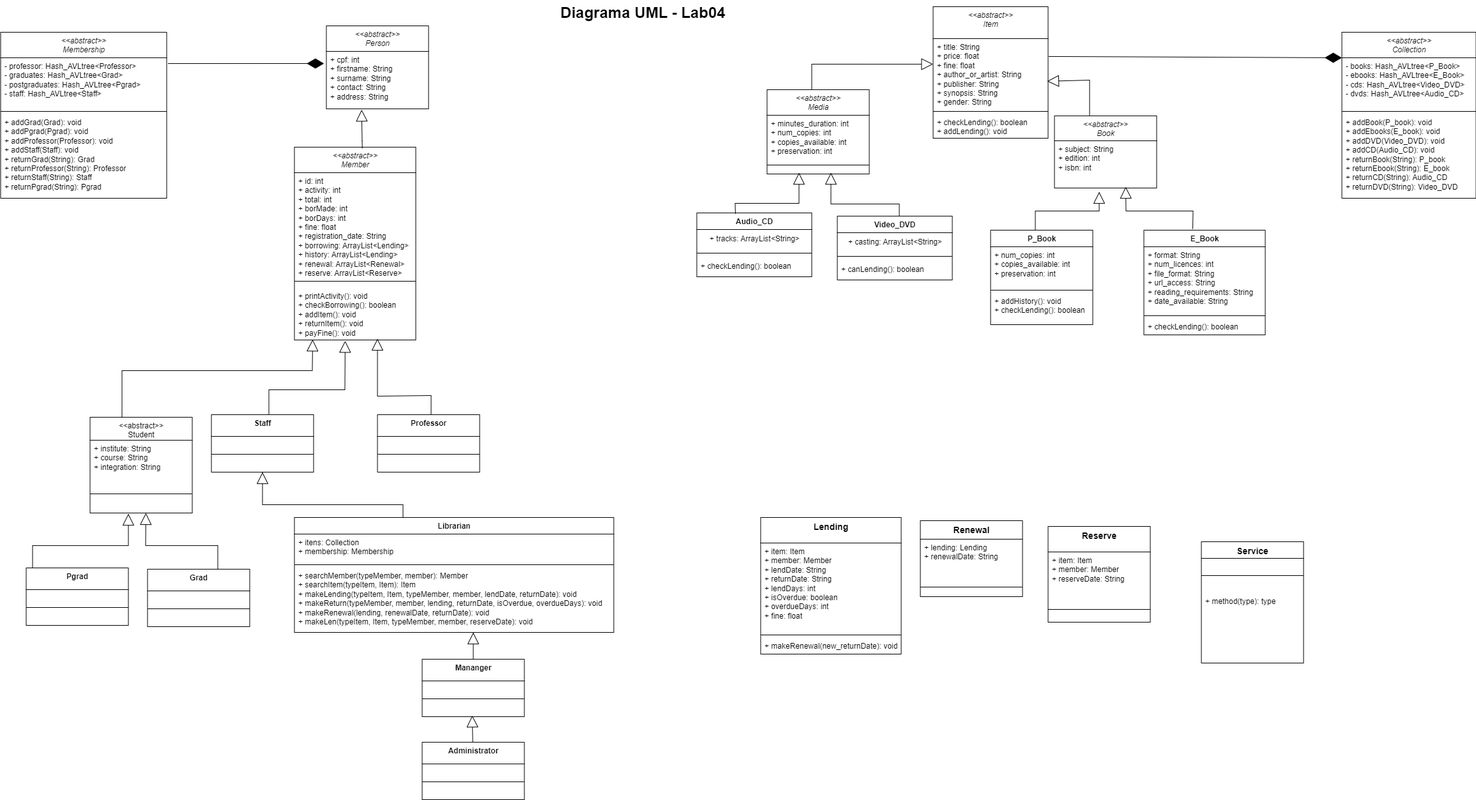
Before: files/lab04.drawio (1).png, a diagram exported from draw.io (robert22alves/MC322). Source tidied: cells renumbered, new cells last; positions are measured from the earlier drawing's top-left corner, leaving out a move shared by most shapes.
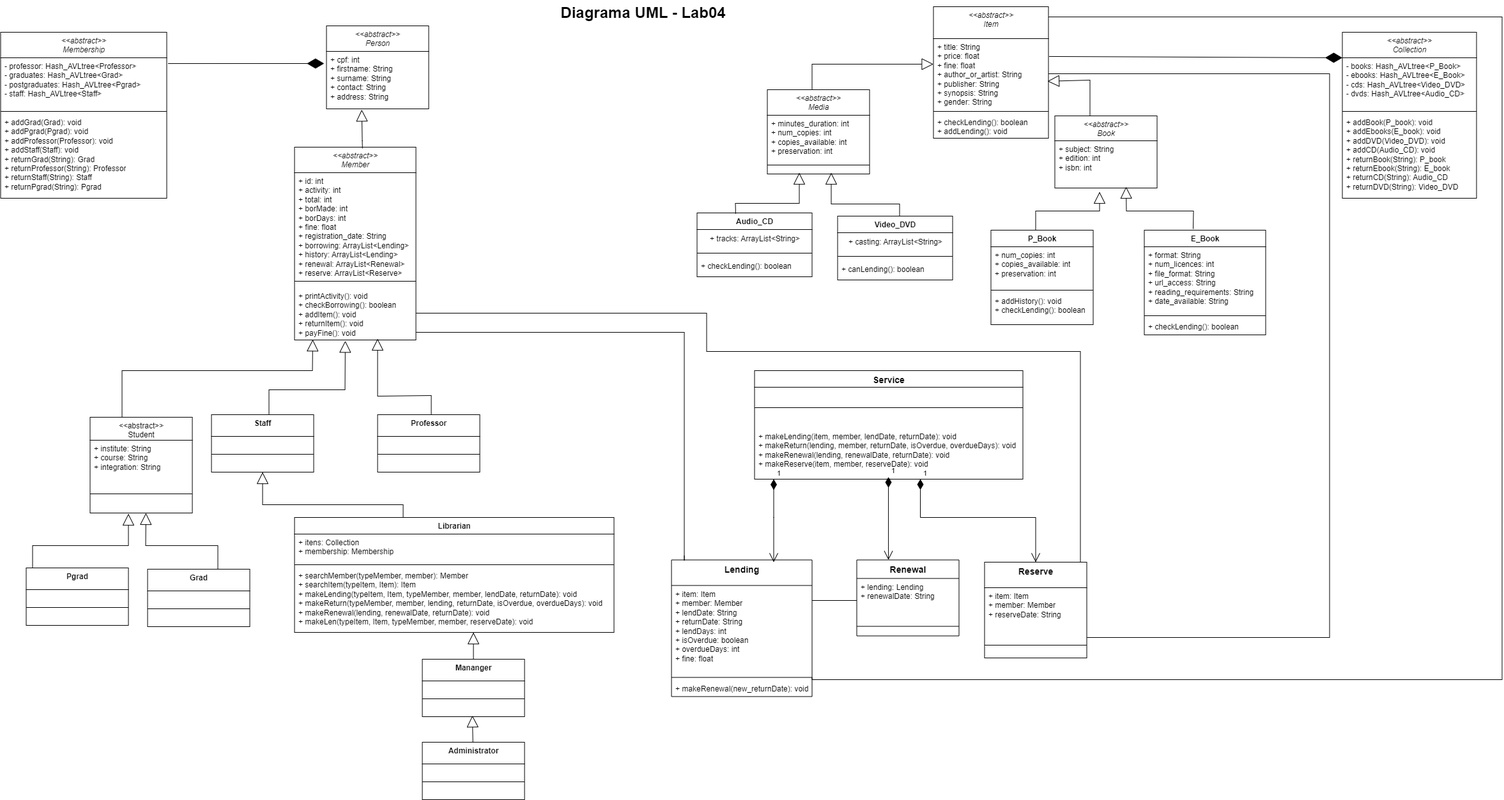
Later version of the same file.

What changed in the source:
```diff
@@ -319,7 +319,7 @@
       <mxGeometry y="98" width="160" height="50" as="geometry" />
     </mxCell>
     <mxCell id="78" value="&lt;font style=&quot;font-size: 14px;&quot;&gt;Lending&lt;/font&gt;" style="swimlane;fontStyle=1;align=center;verticalAlign=top;horizontal=1;startSize=40;whiteSpace=wrap;html=1;" parent="1" vertex="1">
-      <mxGeometry x="1190" y="810" width="220" height="214" as="geometry" />
+      <mxGeometry x="1050" y="876.5" width="220" height="214" as="geometry" />
     </mxCell>
     <mxCell id="79" value="+ item: Item&lt;br&gt;+ member: Member&lt;br&gt;+ lendDate: String&lt;br style=&quot;border-color: var(--border-color);&quot;&gt;+ returnDate: String&lt;br style=&quot;border-color: var(--border-color);&quot;&gt;+ lendDays: int&lt;br style=&quot;border-color: var(--border-color);&quot;&gt;+ isOverdue: boolean&lt;br style=&quot;border-color: var(--border-color);&quot;&gt;+ overdueDays: int&lt;br style=&quot;border-color: var(--border-color);&quot;&gt;+ fine: float" style="text;strokeColor=none;fillColor=none;align=left;verticalAlign=top;spacingLeft=4;spacingRight=4;overflow=hidden;whiteSpace=wrap;html=1;" parent="78" vertex="1">
       <mxGeometry y="40" width="220" height="140" as="geometry" />
@@ -331,7 +331,7 @@
       <mxGeometry y="188" width="220" height="26" as="geometry" />
     </mxCell>
     <mxCell id="82" value="&lt;font style=&quot;font-size: 14px;&quot;&gt;Reserve&lt;/font&gt;" style="swimlane;fontStyle=1;align=center;verticalAlign=top;horizontal=1;startSize=40;whiteSpace=wrap;html=1;" parent="1" vertex="1">
-      <mxGeometry x="1640" y="824" width="160" height="150" as="geometry" />
+      <mxGeometry x="1540" y="880" width="160" height="150" as="geometry" />
     </mxCell>
     <mxCell id="83" value="+ item: Item&lt;br&gt;+ member: Member&lt;br&gt;+ reserveDate: String" style="text;strokeColor=none;fillColor=none;align=left;verticalAlign=top;spacingLeft=4;spacingRight=4;overflow=hidden;whiteSpace=wrap;html=1;" parent="82" vertex="1">
       <mxGeometry y="40" width="160" height="70" as="geometry" />
@@ -340,7 +340,7 @@
       <mxGeometry y="110" width="160" height="40" as="geometry" />
     </mxCell>
     <mxCell id="85" value="&lt;font style=&quot;font-size: 14px;&quot;&gt;Renewal&lt;/font&gt;" style="swimlane;fontStyle=1;align=center;verticalAlign=top;horizontal=1;startSize=29;whiteSpace=wrap;html=1;" parent="1" vertex="1">
-      <mxGeometry x="1440" y="815" width="160" height="119" as="geometry" />
+      <mxGeometry x="1340" y="876.5" width="160" height="119" as="geometry" />
     </mxCell>
     <mxCell id="86" value="+ lending: Lending&lt;br&gt;+ renewalDate: String" style="text;strokeColor=none;fillColor=none;align=left;verticalAlign=top;spacingLeft=4;spacingRight=4;overflow=hidden;whiteSpace=wrap;html=1;" parent="85" vertex="1">
       <mxGeometry y="29" width="160" height="60" as="geometry" />
@@ -349,13 +349,94 @@
       <mxGeometry y="89" width="160" height="30" as="geometry" />
     </mxCell>
     <mxCell id="88" value="&lt;font style=&quot;font-size: 14px;&quot;&gt;Service&lt;/font&gt;" style="swimlane;fontStyle=1;align=center;verticalAlign=top;horizontal=1;startSize=26;whiteSpace=wrap;html=1;" parent="1" vertex="1">
-      <mxGeometry x="1880" y="848" width="160" height="190" as="geometry" />
+      <mxGeometry x="1180" y="580" width="420" height="170" as="geometry" />
     </mxCell>
     <mxCell id="89" style="line;strokeWidth=1;fillColor=none;align=left;verticalAlign=middle;spacingTop=-1;spacingLeft=3;spacingRight=3;labelPosition=right;strokeColor=inherit;" parent="88" vertex="1">
-      <mxGeometry y="26" width="160" height="54" as="geometry" />
+      <mxGeometry y="26" width="420" height="64" as="geometry" />
     </mxCell>
-    <mxCell id="90" value="+ method(type): type" style="text;strokeColor=none;fillColor=none;align=left;verticalAlign=top;spacingLeft=4;spacingRight=4;overflow=hidden;points=[[0,0.5],[1,0.5]];portConstraint=eastwest;whiteSpace=wrap;html=1;" parent="88" vertex="1">
-      <mxGeometry y="80" width="160" height="110" as="geometry" />
+    <mxCell id="90" value="+&amp;nbsp;makeLending&lt;span style=&quot;background-color: initial;&quot;&gt;(item, member, lendDate, returnDate): void&lt;/span&gt;&lt;br&gt;+&amp;nbsp;makeReturn&lt;span style=&quot;background-color: initial;&quot;&gt;(lending, member, returnDate, isOverdue, overdueDays):&amp;nbsp;&lt;/span&gt;void&lt;br&gt;+&amp;nbsp;makeRenewal&lt;span style=&quot;background-color: initial;&quot;&gt;(lending, renewalDate, returnDate):&amp;nbsp;&lt;/span&gt;void&lt;br&gt;+&amp;nbsp;makeReserve&lt;span style=&quot;background-color: initial;&quot;&gt;(item, member, reserveDate):&amp;nbsp;&lt;/span&gt;void" style="text;strokeColor=none;fillColor=none;align=left;verticalAlign=top;spacingLeft=4;spacingRight=4;overflow=hidden;points=[[0,0.5],[1,0.5]];portConstraint=eastwest;whiteSpace=wrap;html=1;" parent="88" vertex="1">
+      <mxGeometry y="90" width="420" height="80" as="geometry" />
     </mxCell>
+    <mxCell id="91" value="1" style="endArrow=open;html=1;endSize=12;startArrow=diamondThin;startSize=14;startFill=1;edgeStyle=orthogonalEdgeStyle;align=left;verticalAlign=bottom;rounded=0;entryX=0.5;entryY=0;entryDx=0;entryDy=0;exitX=0.618;exitY=0.998;exitDx=0;exitDy=0;exitPerimeter=0;" parent="1" edge="1" source="90" target="82">
+      <mxGeometry x="-1" y="3" relative="1" as="geometry">
+        <Array as="points">
+          <mxPoint x="1440" y="810" />
+          <mxPoint x="1620" y="810" />
+        </Array>
+      </mxGeometry>
+    </mxCell>
+    <mxCell id="92" value="1" style="endArrow=open;html=1;endSize=12;startArrow=diamondThin;startSize=14;startFill=1;edgeStyle=orthogonalEdgeStyle;align=left;verticalAlign=bottom;rounded=0;" parent="1" edge="1">
+      <mxGeometry x="-1" y="3" relative="1" as="geometry">
+        <mxPoint x="1389.6" y="746.5" as="sourcePoint" />
+        <mxPoint x="1389.6" y="876.5" as="targetPoint" />
+        <Array as="points">
+          <mxPoint x="1389.6" y="746.5" />
+        </Array>
+      </mxGeometry>
+    </mxCell>
+    <mxCell id="93" value="1" style="endArrow=open;html=1;endSize=12;startArrow=diamondThin;startSize=14;startFill=1;edgeStyle=orthogonalEdgeStyle;align=left;verticalAlign=bottom;rounded=0;" parent="1" edge="1">
+      <mxGeometry x="-1" y="3" relative="1" as="geometry">
+        <mxPoint x="1210" y="750" as="sourcePoint" />
+        <mxPoint x="1210" y="880" as="targetPoint" />
+        <Array as="points">
+          <mxPoint x="1210" y="810" />
+          <mxPoint x="1210" y="810" />
+        </Array>
+      </mxGeometry>
+    </mxCell>
+    <mxCell id="94" style="endArrow=none;html=1;edgeStyle=orthogonalEdgeStyle;rounded=0;" parent="1" edge="1">
+      <mxGeometry relative="1" as="geometry">
+        <mxPoint x="1270" y="940" as="sourcePoint" />
+        <mxPoint x="1340" y="940" as="targetPoint" />
+        <Array as="points">
+          <mxPoint x="1280" y="940" />
+          <mxPoint x="1280" y="940" />
+        </Array>
+      </mxGeometry>
+    </mxCell>
+    <mxCell id="95" style="endArrow=none;html=1;edgeStyle=orthogonalEdgeStyle;rounded=0;" parent="1" edge="1">
+      <mxGeometry relative="1" as="geometry">
+        <mxPoint x="1070" y="870" as="sourcePoint" />
+        <mxPoint x="650" y="520" as="targetPoint" />
+        <Array as="points">
+          <mxPoint x="1070" y="877" />
+          <mxPoint x="1070" y="520" />
+          <mxPoint x="650" y="520" />
+        </Array>
+      </mxGeometry>
+    </mxCell>
+    <mxCell id="96" style="endArrow=none;html=1;edgeStyle=orthogonalEdgeStyle;rounded=0;exitX=1;exitY=0;exitDx=0;exitDy=0;" parent="1" edge="1" source="82">
+      <mxGeometry relative="1" as="geometry">
+        <mxPoint x="650" y="490" as="targetPoint" />
+        <Array as="points">
+          <mxPoint x="1690" y="880" />
+          <mxPoint x="1690" y="550" />
+          <mxPoint x="1105" y="550" />
+          <mxPoint x="1105" y="490" />
+          <mxPoint x="650" y="490" />
+        </Array>
+      </mxGeometry>
+    </mxCell>
+    <mxCell id="97" style="endArrow=none;html=1;edgeStyle=orthogonalEdgeStyle;rounded=0;exitX=1;exitY=0.5;exitDx=0;exitDy=0;" parent="1" edge="1" source="22">
+      <mxGeometry relative="1" as="geometry">
+        <mxPoint x="1700" y="998" as="targetPoint" />
+        <Array as="points">
+          <mxPoint x="2080" y="115" />
+          <mxPoint x="2080" y="998" />
+        </Array>
+      </mxGeometry>
+    </mxCell>
+    <mxCell id="98" style="endArrow=none;html=1;edgeStyle=orthogonalEdgeStyle;rounded=0;" parent="1" edge="1">
+      <mxGeometry relative="1" as="geometry">
+        <mxPoint x="1640" y="26" as="sourcePoint" />
+        <mxPoint x="1270" y="1061" as="targetPoint" />
+        <Array as="points">
+          <mxPoint x="1640" y="26" />
+          <mxPoint x="2350" y="26" />
+          <mxPoint x="2350" y="1064" />
+          <mxPoint x="1270" y="1064" />
+        </Array>
+      </mxGeometry>
+    </mxCell>
   </root>
 </mxGraphModel>
```
